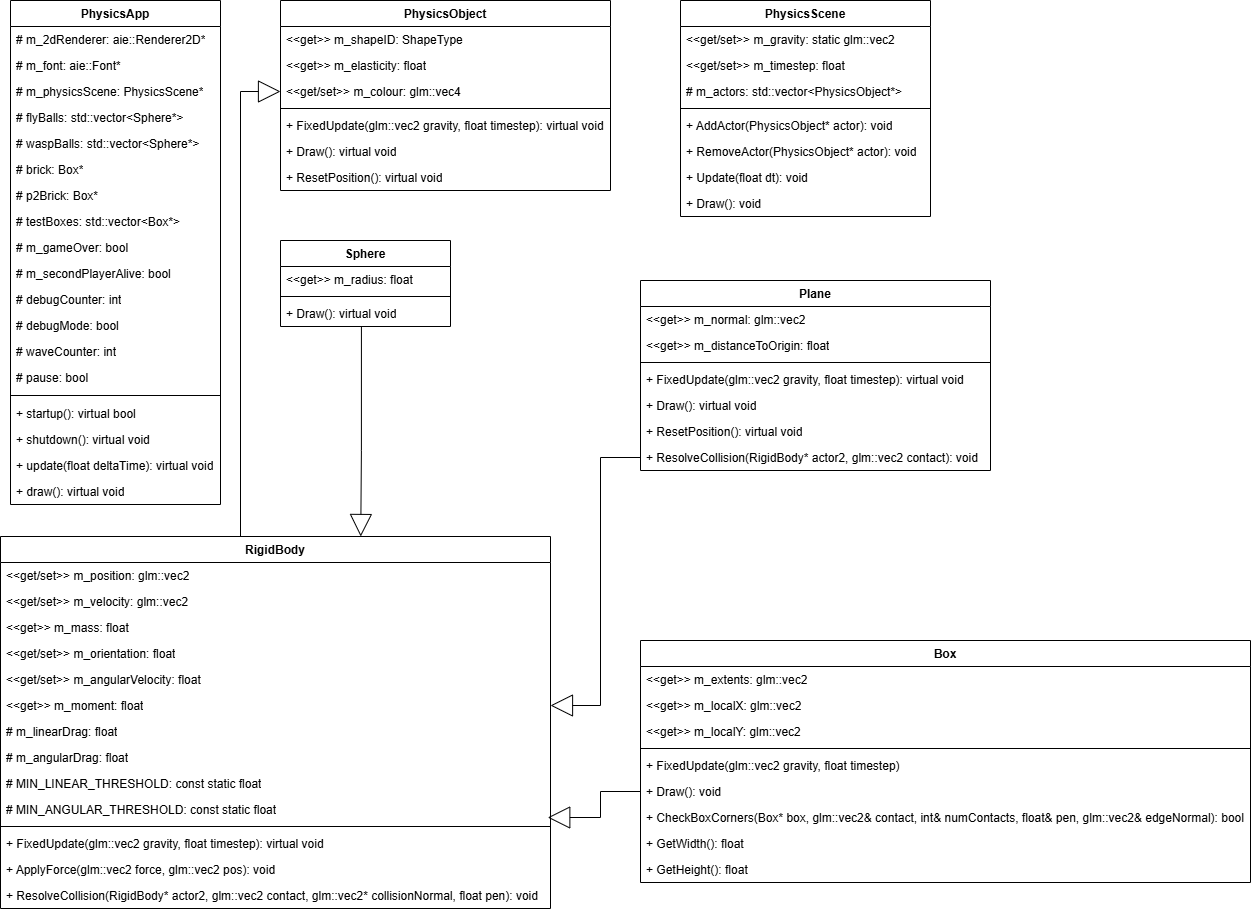
The draw.io diagram Second Year/Physics for Games/C++ Tasks/PhysicsEngineClassDiagram.png in Elias-s231135/Robert-2, before a commit. Source tidied: cells renumbered, new cells last; positions are measured from the earlier drawing's top-left corner, leaving out a move shared by most shapes.
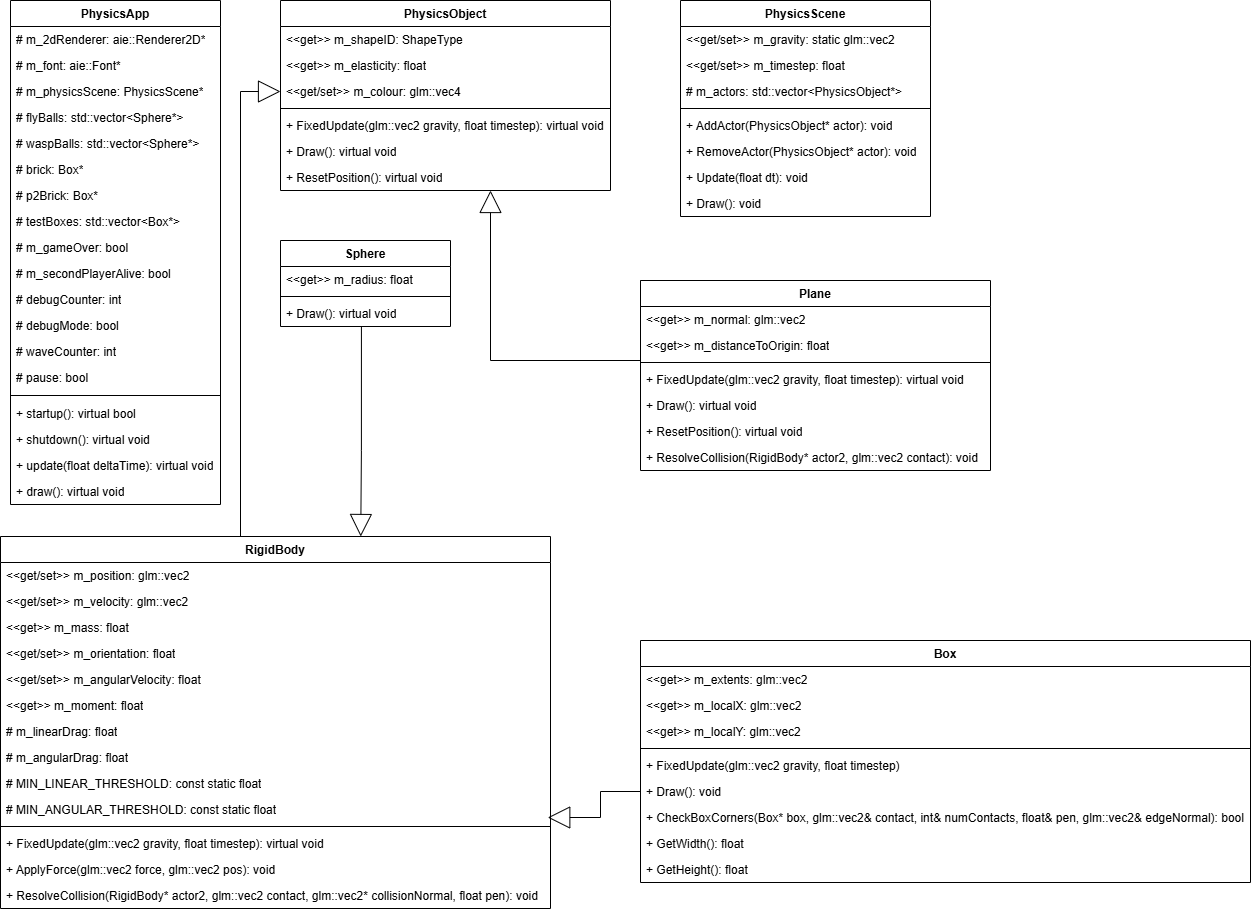
Above is the later version.

The edit, as a diff of the source:
```diff
@@ -178,6 +178,17 @@
     <mxCell id="58" value="+ Draw(): virtual void" style="text;strokeColor=none;fillColor=none;align=left;verticalAlign=top;spacingLeft=4;spacingRight=4;overflow=hidden;points=[[0,0.5],[1,0.5]];portConstraint=eastwest;whiteSpace=wrap;html=1;" parent="55" vertex="1">
       <mxGeometry y="60" width="170" height="26" as="geometry" />
     </mxCell>
+    <mxCell id="80" style="edgeStyle=orthogonalEdgeStyle;rounded=0;orthogonalLoop=1;jettySize=auto;html=1;exitX=0.25;exitY=0;exitDx=0;exitDy=0;endArrow=block;endFill=0;startSize=6;endSize=20;" parent="1" edge="1">
+      <mxGeometry relative="1" as="geometry">
+        <mxPoint x="772.5" y="280" as="sourcePoint" />
+        <mxPoint x="490" y="190" as="targetPoint" />
+        <Array as="points">
+          <mxPoint x="640" y="280" />
+          <mxPoint x="640" y="360" />
+          <mxPoint x="490" y="360" />
+        </Array>
+      </mxGeometry>
+    </mxCell>
     <mxCell id="59" value="Plane" style="swimlane;fontStyle=1;align=center;verticalAlign=top;horizontal=1;startSize=26;whiteSpace=wrap;html=1;" parent="1" vertex="1">
       <mxGeometry x="640" y="280" width="350" height="190" as="geometry" />
     </mxCell>
@@ -242,8 +253,5 @@
         </Array>
       </mxGeometry>
     </mxCell>
-    <mxCell id="79" style="edgeStyle=orthogonalEdgeStyle;rounded=0;jettySize=auto;html=1;exitX=0;exitY=0.5;exitDx=0;exitDy=0;entryX=1;entryY=0.5;entryDx=0;entryDy=0;endSize=20;endArrow=block;endFill=0;" parent="1" edge="1" source="66" target="46">
-      <mxGeometry relative="1" as="geometry" />
-    </mxCell>
   </root>
 </mxGraphModel>
```
